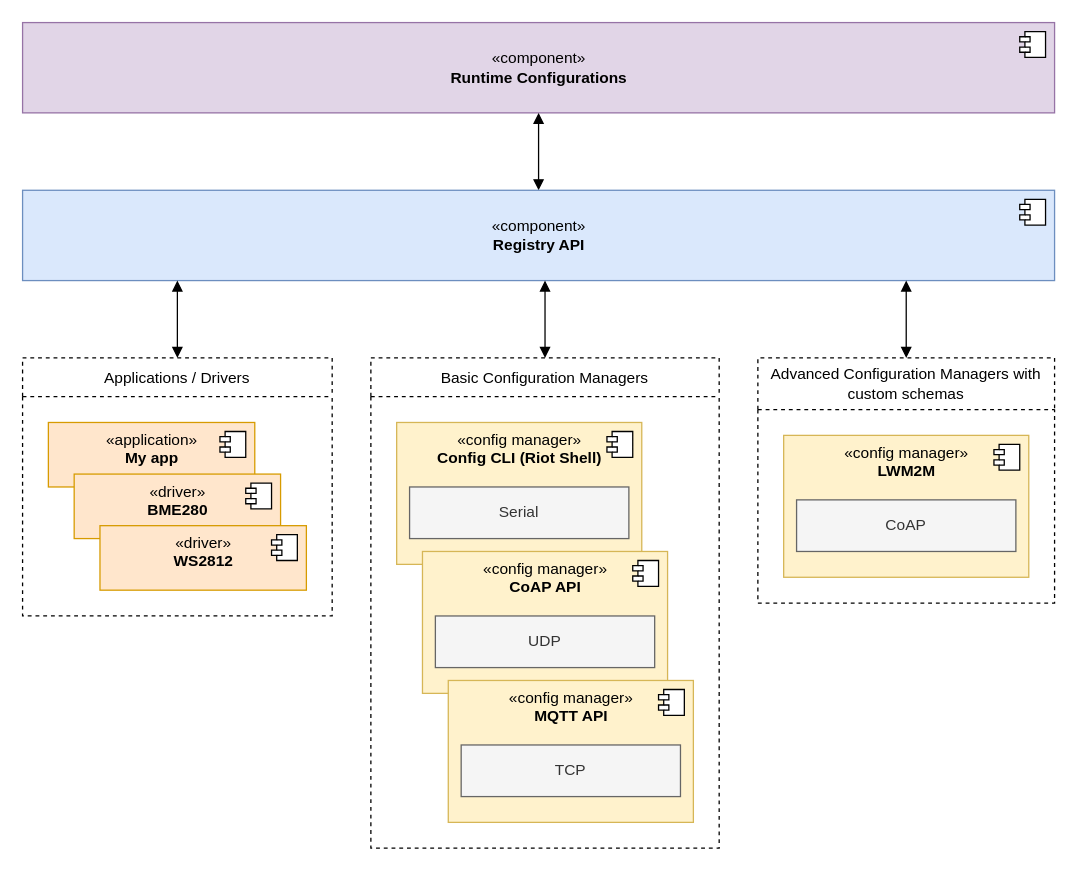
The draw.io diagram docs/design/architecture.drawio in LasseRosenow/RIOT, before the edit. Source tidied: cells renumbered, new cells numbered last; positions are measured from the earlier drawing's top-left corner, leaving out a move shared by most shapes. Both pictures are drawn from the tidied source at 129%, with x=0, y=0 at pixel (22, 22).
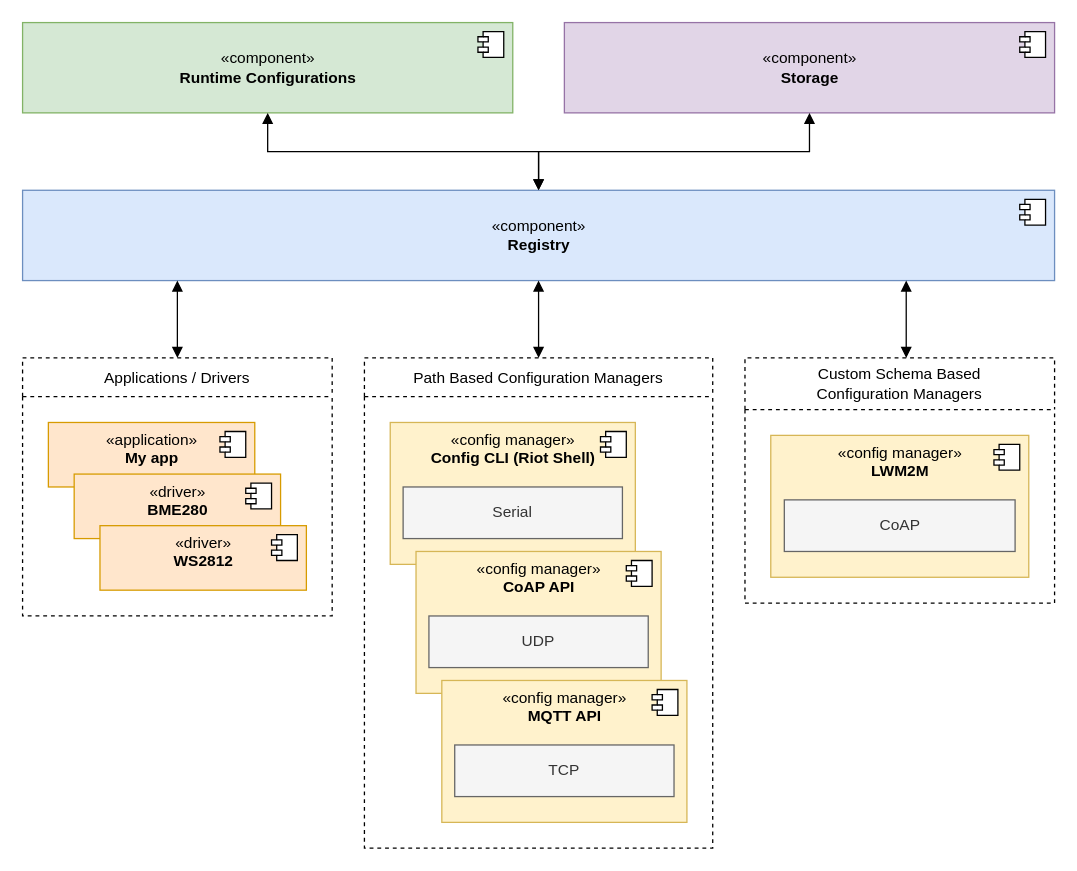
The same page after the edit.

The edit, as a diff of the source:
```diff
@@
-    <mxCell id="2" value="«component»&lt;br&gt;&lt;b&gt;Runtime Configurations&lt;/b&gt;" style="html=1;verticalAlign=middle;fillColor=#e1d5e7;strokeColor=#9673a6;" parent="1" vertex="1">
-      <mxGeometry width="800" height="70" as="geometry" />
+    <mxCell id="2" value="«component»&lt;br&gt;&lt;b&gt;Runtime Configurations&lt;/b&gt;" style="html=1;verticalAlign=middle;fillColor=#d5e8d4;strokeColor=#82b366;" parent="1" vertex="1">
+      <mxGeometry width="380" height="70" as="geometry" />
     </mxCell>
@@
-    <mxCell id="4" style="edgeStyle=orthogonalEdgeStyle;html=1;endArrow=block;endFill=1;startArrow=block;startFill=1;" parent="1" edge="1" source="5" target="2">
+    <mxCell id="4" style="edgeStyle=orthogonalEdgeStyle;html=1;endArrow=block;endFill=1;startArrow=block;startFill=1;rounded=0;" parent="1" edge="1" source="5" target="2">
       <mxGeometry relative="1" as="geometry" />
     </mxCell>
-    <mxCell id="5" value="«component»&lt;br&gt;&lt;b&gt;Registry API&lt;/b&gt;" style="html=1;verticalAlign=middle;fillColor=#dae8fc;strokeColor=#6c8ebf;" parent="1" vertex="1">
+    <mxCell id="5" value="«component»&lt;br&gt;&lt;b&gt;Registry&lt;/b&gt;" style="html=1;verticalAlign=middle;fillColor=#dae8fc;strokeColor=#6c8ebf;" parent="1" vertex="1">
       <mxGeometry y="130" width="800" height="70" as="geometry" />
     </mxCell>
@@
     <mxCell id="7" style="group;" parent="1" vertex="1">
-      <mxGeometry x="590" y="320" width="190" height="110" as="geometry" />
+      <mxGeometry x="580" y="320" width="200" height="110" as="geometry" />
     </mxCell>
     <mxCell id="8" value="«config manager»&lt;br&gt;&lt;b&gt;LWM2M&lt;br&gt;&lt;/b&gt;" style="html=1;verticalAlign=top;fillColor=#fff2cc;strokeColor=#d6b656;" parent="7" vertex="1">
-      <mxGeometry width="190" height="110" as="geometry" />
+      <mxGeometry width="200" height="110" as="geometry" />
     </mxCell>
@@
     <mxCell id="10" value="CoAP" style="rounded=0;whiteSpace=wrap;html=1;fillColor=#f5f5f5;strokeColor=#666666;fontColor=#333333;" parent="7" vertex="1">
-      <mxGeometry x="10" y="50" width="170" height="40" as="geometry" />
+      <mxGeometry x="10.5" y="50" width="178.9" height="40" as="geometry" />
     </mxCell>
@@
-    <mxCell id="12" style="html=1;endArrow=block;endFill=1;edgeStyle=elbowEdgeStyle;startArrow=block;startFill=1;" parent="1" edge="1" source="14" target="5">
-      <mxGeometry relative="1" as="geometry">
-        <Array as="points">
-          <mxPoint x="405" y="230" />
-          <mxPoint x="400" y="240" />
-          <mxPoint x="410" y="230" />
-          <mxPoint x="400" y="230" />
-          <mxPoint x="405" y="230" />
-          <mxPoint x="405" y="230" />
-          <mxPoint x="420" y="250" />
-        </Array>
-      </mxGeometry>
+    <mxCell id="12" style="html=1;endArrow=block;endFill=1;edgeStyle=elbowEdgeStyle;startArrow=block;startFill=1;entryX=0.5;entryY=1;entryDx=0;entryDy=0;" parent="1" edge="1" source="14" target="5">
+      <mxGeometry relative="1" as="geometry" />
     </mxCell>
@@
-    <mxCell id="14" value="Basic Configuration Managers" style="swimlane;dashed=1;strokeColor=#000000;fillColor=none;verticalAlign=middle;startSize=30;fontStyle=0;" parent="1" vertex="1">
-      <mxGeometry x="270" y="260" width="270" height="380" as="geometry" />
+    <mxCell id="14" value="Path Based Configuration Managers" style="swimlane;dashed=1;strokeColor=#000000;fillColor=none;verticalAlign=middle;startSize=30;fontStyle=0;" parent="1" vertex="1">
+      <mxGeometry x="265" y="260" width="270" height="380" as="geometry" />
     </mxCell>
@@
-    <mxCell id="32" value="Advanced Configuration Managers with custom schemas" style="swimlane;dashed=1;strokeColor=#000000;fillColor=none;verticalAlign=middle;startSize=40;fontStyle=0;whiteSpace=wrap;" parent="1" vertex="1">
-      <mxGeometry x="570" y="260" width="230" height="190" as="geometry" />
+    <mxCell id="32" value="Custom Schema Based&#10;Configuration Managers" style="swimlane;dashed=1;strokeColor=#000000;fillColor=none;verticalAlign=middle;startSize=40;fontStyle=0;whiteSpace=wrap;" parent="1" vertex="1">
+      <mxGeometry x="560" y="260" width="240" height="190" as="geometry" />
     </mxCell>
+    <mxCell id="33" value="«component»&lt;br&gt;&lt;b&gt;Storage&lt;/b&gt;" style="html=1;verticalAlign=middle;fillColor=#e1d5e7;strokeColor=#9673a6;" parent="1" vertex="1">
+      <mxGeometry x="420" width="380" height="70" as="geometry" />
+    </mxCell>
+    <mxCell id="34" style="shape=module;jettyWidth=8;jettyHeight=4;" parent="33" vertex="1">
+      <mxGeometry x="1" width="20" height="20" relative="1" as="geometry">
+        <mxPoint x="-27" y="7" as="offset" />
+      </mxGeometry>
+    </mxCell>
+    <mxCell id="35" style="edgeStyle=orthogonalEdgeStyle;html=1;endArrow=block;endFill=1;startArrow=block;startFill=1;rounded=0;" parent="1" edge="1" source="5" target="33">
+      <mxGeometry relative="1" as="geometry" />
+    </mxCell>
```
